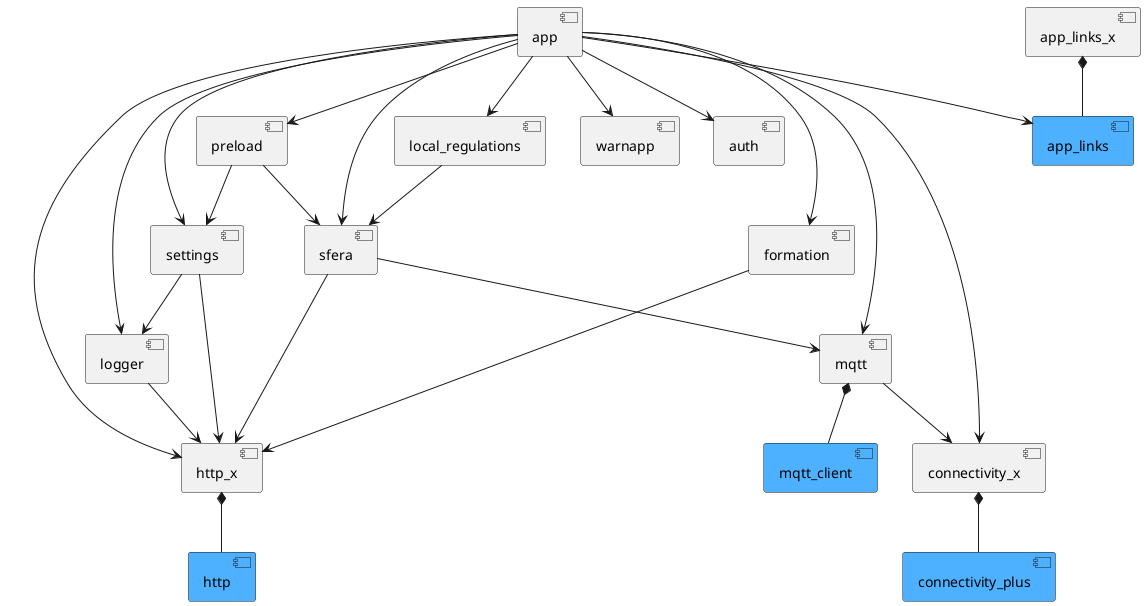
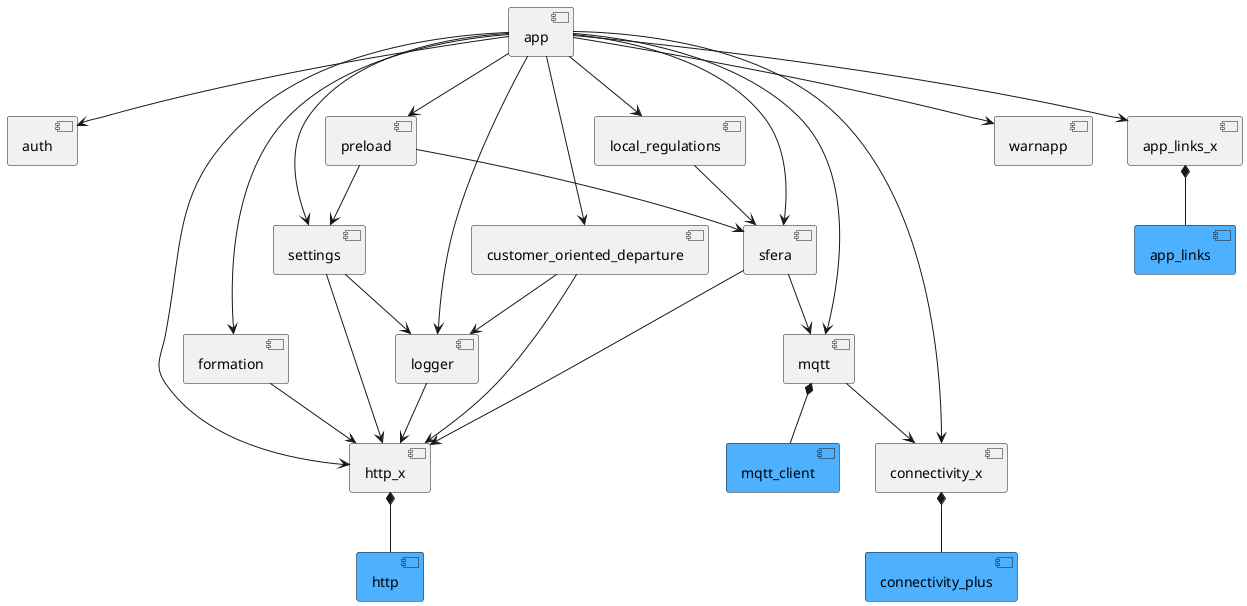
@startuml components

component app
component auth
component logger
component formation
component sfera
component mqtt
component connectivity_x
component local_regulations
component settings
component warnapp
component mqtt_client #4DB1FF
component http_x
component http #4DB1FF
component connectivity_plus #4DB1FF
component app_links #4DB1FF
component app_links_x
component preload
+ component customer_oriented_departure

app --> auth
app --> sfera
app --> mqtt
app --> connectivity_x
app --> local_regulations
app --> settings
app --> warnapp
app --> logger
app --> http_x
app --> formation
- app --> app_links
+ app --> app_links_x
app --> preload
+ app --> customer_oriented_departure

settings --> http_x
settings --> logger

formation --> http_x
+ 
+ customer_oriented_departure --> http_x
+ customer_oriented_departure --> logger

logger --> http_x

sfera --> mqtt
sfera --> http_x

local_regulations --> sfera

http_x *-- http

mqtt --> connectivity_x
mqtt *-- mqtt_client

connectivity_x *-- connectivity_plus

app_links_x *-- app_links

preload --> settings
preload --> sfera

@enduml